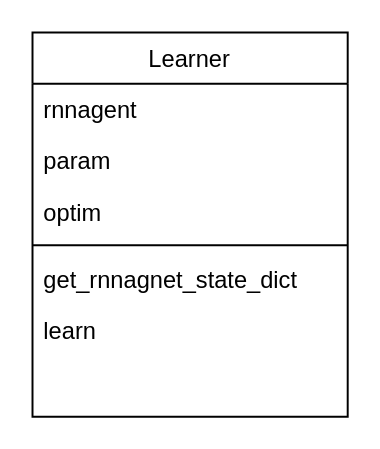
Eukchen/img1 keeps this draw.io diagram as Untitled Diagram.drawio. Above is the earlier version. Source tidied: cells renumbered, new cells numbered last; positions are measured from the earlier drawing's top-left corner, leaving out a move shared by most shapes. Both pictures are drawn from the tidied source at 197%, with x=0, y=0 at pixel (32, 32).
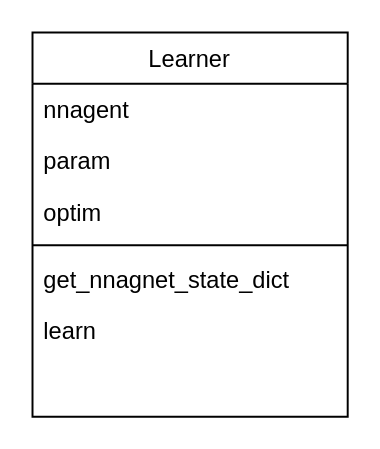
The same diagram, later.

What changed in the source:
```diff
@@
 <mxGraphModel>
   <root>
     <mxCell id="0" />
     <mxCell id="1" parent="0" />
     <mxCell id="2" value="Learner" style="swimlane;fontStyle=0;align=center;verticalAlign=top;horizontal=1;startSize=26;rounded=0;shadow=0;strokeWidth=1;strokeColor=default;" parent="1" vertex="1">
       <mxGeometry width="160" height="195" as="geometry" />
     </mxCell>
-    <mxCell id="3" value="rnnagent" style="text;align=left;verticalAlign=top;spacingLeft=4;spacingRight=4;overflow=hidden;" parent="2" vertex="1">
+    <mxCell id="3" value="nnagent" style="text;align=left;verticalAlign=top;spacingLeft=4;spacingRight=4;overflow=hidden;" parent="2" vertex="1">
       <mxGeometry y="26" width="160" height="26" as="geometry" />
     </mxCell>
     <mxCell id="4" value="param" style="text;align=left;verticalAlign=top;spacingLeft=4;spacingRight=4;overflow=hidden;rounded=0;shadow=0;html=0;" parent="2" vertex="1">
       <mxGeometry y="52" width="160" height="26" as="geometry" />
     </mxCell>
     <mxCell id="5" value="optim" style="text;align=left;verticalAlign=top;spacingLeft=4;spacingRight=4;overflow=hidden;rounded=0;shadow=0;html=0;" parent="2" vertex="1">
       <mxGeometry y="78" width="160" height="26" as="geometry" />
     </mxCell>
     <mxCell id="6" style="line;html=1;strokeWidth=1;align=left;verticalAlign=middle;spacingTop=-1;spacingLeft=3;spacingRight=3;labelPosition=right;" parent="2" vertex="1">
       <mxGeometry y="104" width="160" height="8" as="geometry" />
     </mxCell>
-    <mxCell id="7" value="get_rnnagnet_state_dict" style="text;align=left;verticalAlign=top;spacingLeft=4;spacingRight=4;overflow=hidden;" parent="2" vertex="1">
+    <mxCell id="7" value="get_nnagnet_state_dict" style="text;align=left;verticalAlign=top;spacingLeft=4;spacingRight=4;overflow=hidden;" parent="2" vertex="1">
       <mxGeometry y="112" width="160" height="26" as="geometry" />
     </mxCell>
     <mxCell id="8" value="learn" style="text;align=left;verticalAlign=top;spacingLeft=4;spacingRight=4;overflow=hidden;" parent="2" vertex="1">
       <mxGeometry y="138" width="160" height="26" as="geometry" />
     </mxCell>
   </root>
 </mxGraphModel>
```
